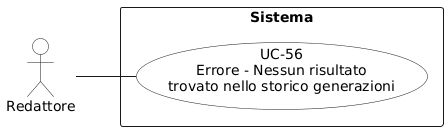
The PlantUML diagram RTB/Analisi dei Requisiti/diagrammi_use_case/UC-56.png in aLittleByte-19/Documentazione, before a commit. The source it was exported from:
```plantuml
@startuml
left to right direction
skinparam packageStyle rectangle
skinparam usecaseBackgroundColor White
skinparam actorBackgroundColor White

actor "Redattore" as redattore

rectangle "Sistema" {
  usecase "UC-56\nErrore - Nessun risultato\ntrovato nello storico generazioni" as uc56
}

redattore -- uc56
@enduml
```
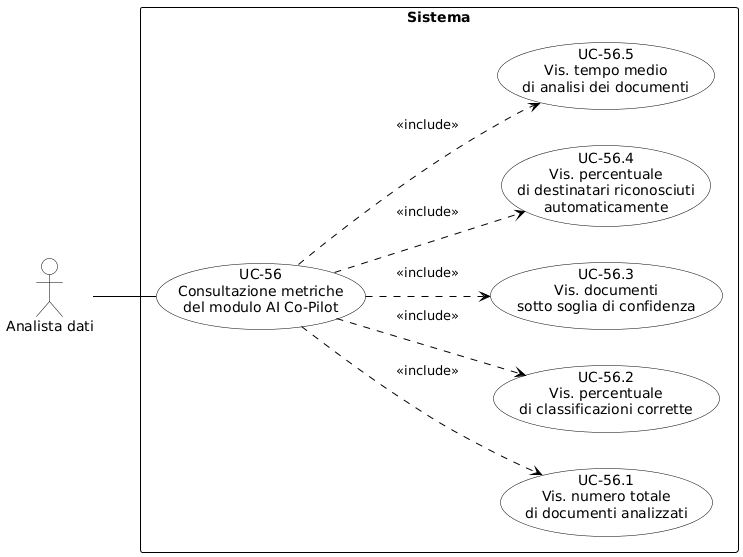
Above is the later version.

The edit, as a diff of the source:
```diff
@@ -1,14 +1,39 @@
 @startuml
+skinparam shadowing false
+skinparam defaultFontName Arial
 left to right direction
-skinparam packageStyle rectangle
-skinparam usecaseBackgroundColor White
-skinparam actorBackgroundColor White
 
-actor "Redattore" as redattore
+skinparam usecase {
+    BackgroundColor white
+    BorderColor black
+    ArrowColor black
+}
+skinparam actor {
+    BackgroundColor white
+    BorderColor black
+}
+skinparam rectangle {
+    BorderColor black
+    FontStyle bold
+}
+
+actor "Analista dati" as ad
 
 rectangle "Sistema" {
-  usecase "UC-56\nErrore - Nessun risultato\ntrovato nello storico generazioni" as uc56
+    usecase "UC-56\nConsultazione metriche\ndel modulo AI Co-Pilot" as UC56
+
+    usecase "UC-56.1\nVis. numero totale\ndi documenti analizzati" as UC56_1
+    usecase "UC-56.2\nVis. percentuale\ndi classificazioni corrette" as UC56_2
+    usecase "UC-56.3\nVis. documenti\nsotto soglia di confidenza" as UC56_3
+    usecase "UC-56.4\nVis. percentuale\ndi destinatari riconosciuti\nautomaticamente" as UC56_4
+    usecase "UC-56.5\nVis. tempo medio\ndi analisi dei documenti" as UC56_5
+
+    UC56 .down.> UC56_1 : «include»\n
+    UC56 .down.> UC56_2 : «include»\n
+    UC56 .down.> UC56_3 : «include»\n
+    UC56 .down.> UC56_4 : «include»\n
+    UC56 .down.> UC56_5 : «include»\n
 }
 
-redattore -- uc56
+ad -- UC56
 @enduml
```
